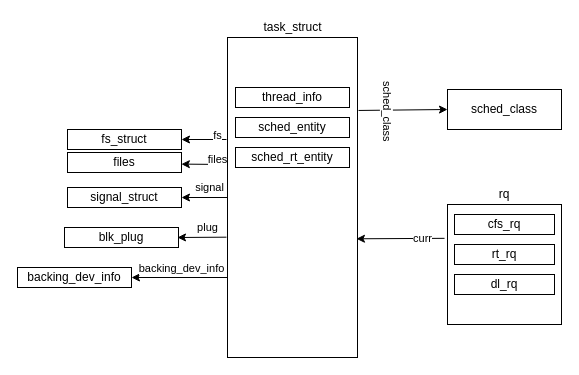
The draw.io diagram task.drawio in jasonactions/graph, before the edit. Source tidied: cells renumbered, new cells numbered last; positions are measured from the earlier drawing's top-left corner, leaving out a move shared by most shapes. Both pictures are drawn from the tidied source at 100%, with x=0, y=0 at pixel (17, 17).
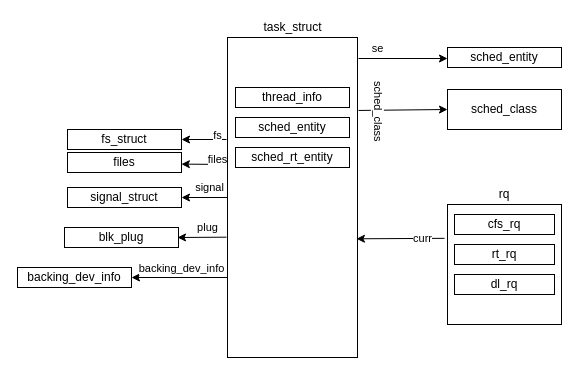
The same page after the edit.

Unchanged cells that the change refers to:
```xml
<mxCell id="6" style="endArrow=classic;html=1;exitX=1.008;exitY=0.228;exitDx=0;exitDy=0;exitPerimeter=0;entryX=0;entryY=0.5;entryDx=0;entryDy=0;" parent="1" edge="1" source="2" target="5">
  <mxGeometry relative="1" as="geometry" />
</mxCell>
```

What changed in the source:
```diff
@@
     <mxCell id="7" value="sched_class" style="edgeLabel;html=1;align=center;verticalAlign=middle;rotation=90;" parent="6" vertex="1">
       <mxGeometry x="-0.79" y="-1" relative="1" as="geometry">
-        <mxPoint x="20" y="-1" as="offset" />
+        <mxPoint x="11" y="-1" as="offset" />
       </mxGeometry>
     </mxCell>
@@
+    <mxCell id="32" value="sched_entity" style="rounded=0;whiteSpace=wrap;html=1;" parent="1" vertex="1">
+      <mxGeometry x="430" y="30" width="114" height="20" as="geometry" />
+    </mxCell>
+    <mxCell id="33" style="endArrow=classic;html=1;" parent="1" edge="1">
+      <mxGeometry relative="1" as="geometry">
+        <mxPoint x="341" y="41" as="sourcePoint" />
+        <mxPoint x="430" y="41" as="targetPoint" />
+      </mxGeometry>
+    </mxCell>
+    <mxCell id="34" value="se" style="edgeLabel;html=1;align=center;verticalAlign=middle;" parent="33" vertex="1">
+      <mxGeometry x="-0.72" relative="1" as="geometry">
+        <mxPoint x="6" y="-11" as="offset" />
+      </mxGeometry>
+    </mxCell>
```
